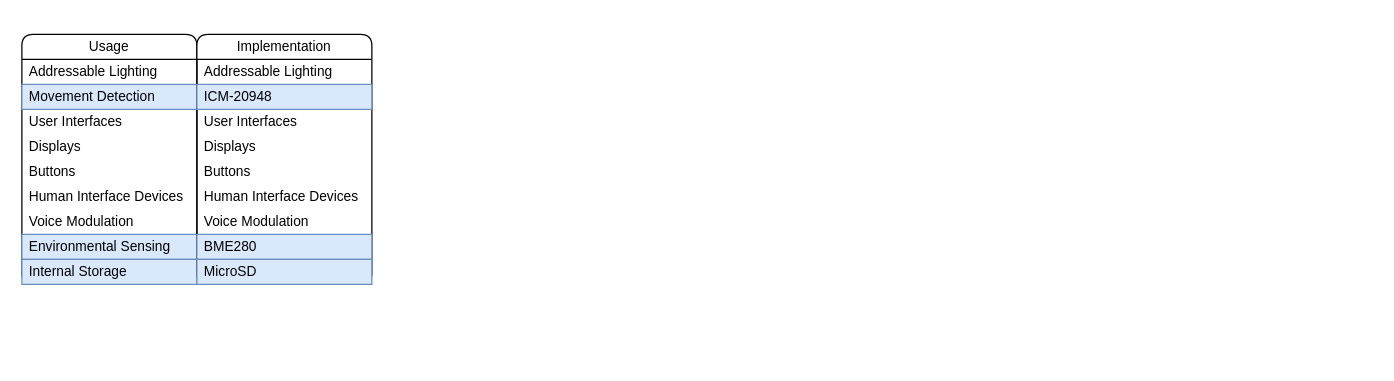
The draw.io diagram page "Brainstorm" (2 of 6) of Documents/Diagram.drawio in Cyberspecies/Multi-Cosplay_Board, before the edit. Source tidied: cells renumbered, new cells numbered last; positions are measured from the earlier drawing's top-left corner, leaving out a move shared by most shapes. Both pictures are drawn from the tidied source at 125%, with x=0, y=0 at pixel (21, 34).
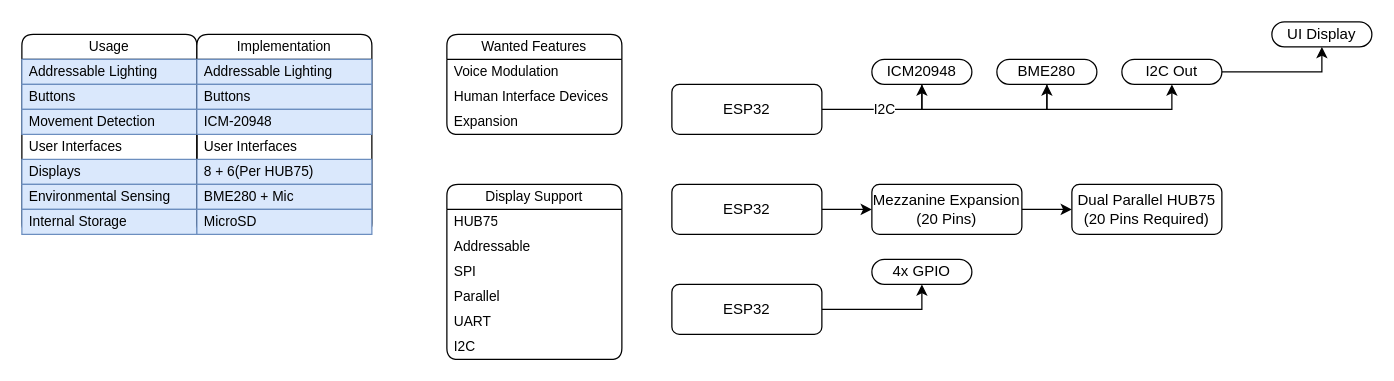
The same page after the edit.

Change to the diagram source:
```diff
@@
     <mxCell id="2" value="Usage" style="swimlane;fontStyle=0;horizontal=1;startSize=20;whiteSpace=wrap;html=1;fontFamily=Helvetica;fontSize=11;fontColor=default;labelBackgroundColor=default;rounded=1;" parent="1" vertex="1">
-      <mxGeometry width="140" height="200" as="geometry" />
+      <mxGeometry width="140" height="160" as="geometry" />
     </mxCell>
-    <mxCell id="3" value="Addressable Lighting" style="text;strokeColor=none;fillColor=none;align=left;verticalAlign=middle;spacingLeft=4;spacingRight=4;overflow=hidden;whiteSpace=wrap;html=1;fontFamily=Helvetica;fontSize=11;fontColor=default;labelBackgroundColor=none;" parent="2" vertex="1">
+    <mxCell id="3" value="Addressable Lighting" style="text;strokeColor=#6c8ebf;fillColor=#dae8fc;align=left;verticalAlign=middle;spacingLeft=4;spacingRight=4;overflow=hidden;whiteSpace=wrap;html=1;fontFamily=Helvetica;fontSize=11;labelBackgroundColor=none;" parent="2" vertex="1">
       <mxGeometry y="20" width="140" height="20" as="geometry" />
     </mxCell>
+    <mxCell id="7" value="Buttons" style="text;strokeColor=#6c8ebf;fillColor=#dae8fc;align=left;verticalAlign=middle;spacingLeft=4;spacingRight=4;overflow=hidden;whiteSpace=wrap;html=1;fontFamily=Helvetica;fontSize=11;labelBackgroundColor=none;" parent="2" vertex="1">
+      <mxGeometry y="40" width="140" height="20" as="geometry" />
+    </mxCell>
     <mxCell id="4" value="Movement Detection" style="text;strokeColor=#6c8ebf;fillColor=#dae8fc;align=left;verticalAlign=middle;spacingLeft=4;spacingRight=4;overflow=hidden;whiteSpace=wrap;html=1;fontFamily=Helvetica;fontSize=11;labelBackgroundColor=none;" parent="2" vertex="1">
-      <mxGeometry y="40" width="140" height="20" as="geometry" />
+      <mxGeometry y="60" width="140" height="20" as="geometry" />
     </mxCell>
     <mxCell id="5" value="User Interfaces" style="text;strokeColor=none;fillColor=none;align=left;verticalAlign=middle;spacingLeft=4;spacingRight=4;overflow=hidden;whiteSpace=wrap;html=1;fontFamily=Helvetica;fontSize=11;fontColor=default;labelBackgroundColor=none;" parent="2" vertex="1">
-      <mxGeometry y="60" width="140" height="20" as="geometry" />
+      <mxGeometry y="80" width="140" height="20" as="geometry" />
     </mxCell>
-    <mxCell id="6" value="Displays" style="text;strokeColor=none;fillColor=none;align=left;verticalAlign=middle;spacingLeft=4;spacingRight=4;overflow=hidden;whiteSpace=wrap;html=1;fontFamily=Helvetica;fontSize=11;fontColor=default;labelBackgroundColor=none;" parent="2" vertex="1">
-      <mxGeometry y="80" width="140" height="20" as="geometry" />
+    <mxCell id="6" value="Displays" style="text;strokeColor=#6c8ebf;fillColor=#dae8fc;align=left;verticalAlign=middle;spacingLeft=4;spacingRight=4;overflow=hidden;whiteSpace=wrap;html=1;fontFamily=Helvetica;fontSize=11;labelBackgroundColor=none;" parent="2" vertex="1">
+      <mxGeometry y="100" width="140" height="20" as="geometry" />
     </mxCell>
-    <mxCell id="7" value="Buttons" style="text;strokeColor=none;fillColor=none;align=left;verticalAlign=middle;spacingLeft=4;spacingRight=4;overflow=hidden;whiteSpace=wrap;html=1;fontFamily=Helvetica;fontSize=11;fontColor=default;labelBackgroundColor=none;" parent="2" vertex="1">
-      <mxGeometry y="100" width="140" height="20" as="geometry" />
-    </mxCell>
-    <mxCell id="8" value="Human Interface Devices" style="text;strokeColor=none;fillColor=none;align=left;verticalAlign=middle;spacingLeft=4;spacingRight=4;overflow=hidden;whiteSpace=wrap;html=1;fontFamily=Helvetica;fontSize=11;fontColor=default;labelBackgroundColor=none;" parent="2" vertex="1">
-      <mxGeometry y="120" width="140" height="20" as="geometry" />
-    </mxCell>
-    <mxCell id="9" value="Voice Modulation" style="text;strokeColor=none;fillColor=none;align=left;verticalAlign=middle;spacingLeft=4;spacingRight=4;overflow=hidden;whiteSpace=wrap;html=1;fontFamily=Helvetica;fontSize=11;fontColor=default;labelBackgroundColor=none;" parent="2" vertex="1">
-      <mxGeometry y="140" width="140" height="20" as="geometry" />
-    </mxCell>
     <mxCell id="10" value="Environmental Sensing" style="text;strokeColor=#6c8ebf;fillColor=#dae8fc;align=left;verticalAlign=middle;spacingLeft=4;spacingRight=4;overflow=hidden;whiteSpace=wrap;html=1;fontFamily=Helvetica;fontSize=11;labelBackgroundColor=none;" parent="2" vertex="1">
-      <mxGeometry y="160" width="140" height="20" as="geometry" />
+      <mxGeometry y="120" width="140" height="20" as="geometry" />
     </mxCell>
     <mxCell id="11" value="Internal Storage" style="text;align=left;verticalAlign=middle;spacingLeft=4;spacingRight=4;overflow=hidden;whiteSpace=wrap;html=1;fontFamily=Helvetica;fontSize=11;labelBackgroundColor=none;rounded=0;fillColor=#dae8fc;strokeColor=#6c8ebf;" parent="2" vertex="1">
-      <mxGeometry y="180" width="140" height="20" as="geometry" />
+      <mxGeometry y="140" width="140" height="20" as="geometry" />
     </mxCell>
     <mxCell id="12" value="Implementation" style="swimlane;fontStyle=0;horizontal=1;startSize=20;whiteSpace=wrap;html=1;fontFamily=Helvetica;fontSize=11;fontColor=default;labelBackgroundColor=default;rounded=1;" parent="1" vertex="1">
-      <mxGeometry x="140" width="140" height="200" as="geometry" />
+      <mxGeometry x="140" width="140" height="160" as="geometry" />
     </mxCell>
-    <mxCell id="13" value="Addressable Lighting" style="text;strokeColor=none;fillColor=none;align=left;verticalAlign=middle;spacingLeft=4;spacingRight=4;overflow=hidden;whiteSpace=wrap;html=1;fontFamily=Helvetica;fontSize=11;fontColor=default;labelBackgroundColor=none;" parent="12" vertex="1">
+    <mxCell id="13" value="Addressable Lighting" style="text;strokeColor=#6c8ebf;fillColor=#dae8fc;align=left;verticalAlign=middle;spacingLeft=4;spacingRight=4;overflow=hidden;whiteSpace=wrap;html=1;fontFamily=Helvetica;fontSize=11;labelBackgroundColor=none;" parent="12" vertex="1">
       <mxGeometry y="20" width="140" height="20" as="geometry" />
     </mxCell>
+    <mxCell id="17" value="Buttons" style="text;strokeColor=#6c8ebf;fillColor=#dae8fc;align=left;verticalAlign=middle;spacingLeft=4;spacingRight=4;overflow=hidden;whiteSpace=wrap;html=1;fontFamily=Helvetica;fontSize=11;labelBackgroundColor=none;" parent="12" vertex="1">
+      <mxGeometry y="40" width="140" height="20" as="geometry" />
+    </mxCell>
     <mxCell id="14" value="ICM-20948" style="text;strokeColor=#6c8ebf;fillColor=#dae8fc;align=left;verticalAlign=middle;spacingLeft=4;spacingRight=4;overflow=hidden;whiteSpace=wrap;html=1;fontFamily=Helvetica;fontSize=11;labelBackgroundColor=none;" parent="12" vertex="1">
-      <mxGeometry y="40" width="140" height="20" as="geometry" />
+      <mxGeometry y="60" width="140" height="20" as="geometry" />
     </mxCell>
     <mxCell id="15" value="User Interfaces" style="text;strokeColor=none;fillColor=none;align=left;verticalAlign=middle;spacingLeft=4;spacingRight=4;overflow=hidden;whiteSpace=wrap;html=1;fontFamily=Helvetica;fontSize=11;fontColor=default;labelBackgroundColor=none;" parent="12" vertex="1">
-      <mxGeometry y="60" width="140" height="20" as="geometry" />
+      <mxGeometry y="80" width="140" height="20" as="geometry" />
     </mxCell>
-    <mxCell id="16" value="Displays" style="text;strokeColor=none;fillColor=none;align=left;verticalAlign=middle;spacingLeft=4;spacingRight=4;overflow=hidden;whiteSpace=wrap;html=1;fontFamily=Helvetica;fontSize=11;fontColor=default;labelBackgroundColor=none;" parent="12" vertex="1">
-      <mxGeometry y="80" width="140" height="20" as="geometry" />
+    <mxCell id="16" value="8 + 6(Per HUB75)" style="text;strokeColor=#6c8ebf;fillColor=#dae8fc;align=left;verticalAlign=middle;spacingLeft=4;spacingRight=4;overflow=hidden;whiteSpace=wrap;html=1;fontFamily=Helvetica;fontSize=11;labelBackgroundColor=none;" parent="12" vertex="1">
+      <mxGeometry y="100" width="140" height="20" as="geometry" />
     </mxCell>
-    <mxCell id="17" value="Buttons" style="text;strokeColor=none;fillColor=none;align=left;verticalAlign=middle;spacingLeft=4;spacingRight=4;overflow=hidden;whiteSpace=wrap;html=1;fontFamily=Helvetica;fontSize=11;fontColor=default;labelBackgroundColor=none;" parent="12" vertex="1">
-      <mxGeometry y="100" width="140" height="20" as="geometry" />
-    </mxCell>
-    <mxCell id="18" value="Human Interface Devices" style="text;strokeColor=none;fillColor=none;align=left;verticalAlign=middle;spacingLeft=4;spacingRight=4;overflow=hidden;whiteSpace=wrap;html=1;fontFamily=Helvetica;fontSize=11;fontColor=default;labelBackgroundColor=none;" parent="12" vertex="1">
-      <mxGeometry y="120" width="140" height="20" as="geometry" />
-    </mxCell>
-    <mxCell id="19" value="Voice Modulation" style="text;strokeColor=none;fillColor=none;align=left;verticalAlign=middle;spacingLeft=4;spacingRight=4;overflow=hidden;whiteSpace=wrap;html=1;fontFamily=Helvetica;fontSize=11;fontColor=default;labelBackgroundColor=none;" parent="12" vertex="1">
-      <mxGeometry y="140" width="140" height="20" as="geometry" />
-    </mxCell>
-    <mxCell id="20" value="BME280" style="text;strokeColor=#6c8ebf;fillColor=#dae8fc;align=left;verticalAlign=middle;spacingLeft=4;spacingRight=4;overflow=hidden;whiteSpace=wrap;html=1;fontFamily=Helvetica;fontSize=11;labelBackgroundColor=none;" parent="12" vertex="1">
-      <mxGeometry y="160" width="140" height="20" as="geometry" />
+    <mxCell id="20" value="BME280 + Mic" style="text;strokeColor=#6c8ebf;fillColor=#dae8fc;align=left;verticalAlign=middle;spacingLeft=4;spacingRight=4;overflow=hidden;whiteSpace=wrap;html=1;fontFamily=Helvetica;fontSize=11;labelBackgroundColor=none;" parent="12" vertex="1">
+      <mxGeometry y="120" width="140" height="20" as="geometry" />
     </mxCell>
     <mxCell id="21" value="MicroSD" style="text;strokeColor=#6c8ebf;fillColor=#dae8fc;align=left;verticalAlign=middle;spacingLeft=4;spacingRight=4;overflow=hidden;whiteSpace=wrap;html=1;fontFamily=Helvetica;fontSize=11;labelBackgroundColor=none;" parent="12" vertex="1">
-      <mxGeometry y="180" width="140" height="20" as="geometry" />
+      <mxGeometry y="140" width="140" height="20" as="geometry" />
     </mxCell>
+    <mxCell id="22" value="Wanted Features" style="swimlane;fontStyle=0;horizontal=1;startSize=20;whiteSpace=wrap;html=1;fontFamily=Helvetica;fontSize=11;fontColor=default;labelBackgroundColor=default;rounded=1;" parent="1" vertex="1">
+      <mxGeometry x="340" width="140" height="80" as="geometry" />
+    </mxCell>
+    <mxCell id="9" value="Voice Modulation" style="text;strokeColor=none;fillColor=none;align=left;verticalAlign=middle;spacingLeft=4;spacingRight=4;overflow=hidden;whiteSpace=wrap;html=1;fontFamily=Helvetica;fontSize=11;fontColor=default;labelBackgroundColor=none;" parent="22" vertex="1">
+      <mxGeometry y="20" width="140" height="20" as="geometry" />
+    </mxCell>
+    <mxCell id="8" value="Human Interface Devices" style="text;strokeColor=none;fillColor=none;align=left;verticalAlign=middle;spacingLeft=4;spacingRight=4;overflow=hidden;whiteSpace=wrap;html=1;fontFamily=Helvetica;fontSize=11;fontColor=default;labelBackgroundColor=none;" parent="22" vertex="1">
+      <mxGeometry y="40" width="140" height="20" as="geometry" />
+    </mxCell>
+    <mxCell id="23" value="Expansion" style="text;strokeColor=none;fillColor=none;align=left;verticalAlign=middle;spacingLeft=4;spacingRight=4;overflow=hidden;whiteSpace=wrap;html=1;fontFamily=Helvetica;fontSize=11;fontColor=default;labelBackgroundColor=default;" parent="22" vertex="1">
+      <mxGeometry y="60" width="140" height="20" as="geometry" />
+    </mxCell>
+    <mxCell id="24" value="Display Support" style="swimlane;fontStyle=0;horizontal=1;startSize=20;whiteSpace=wrap;html=1;fontFamily=Helvetica;fontSize=11;fontColor=default;labelBackgroundColor=default;rounded=1;" parent="1" vertex="1">
+      <mxGeometry x="340" y="120" width="140" height="140" as="geometry" />
+    </mxCell>
+    <mxCell id="25" value="HUB75" style="text;strokeColor=none;fillColor=none;align=left;verticalAlign=middle;spacingLeft=4;spacingRight=4;overflow=hidden;whiteSpace=wrap;html=1;fontFamily=Helvetica;fontSize=11;fontColor=default;labelBackgroundColor=default;" parent="24" vertex="1">
+      <mxGeometry y="20" width="140" height="20" as="geometry" />
+    </mxCell>
+    <mxCell id="26" value="Addressable" style="text;strokeColor=none;fillColor=none;align=left;verticalAlign=middle;spacingLeft=4;spacingRight=4;overflow=hidden;whiteSpace=wrap;html=1;fontFamily=Helvetica;fontSize=11;fontColor=default;labelBackgroundColor=default;" parent="24" vertex="1">
+      <mxGeometry y="40" width="140" height="20" as="geometry" />
+    </mxCell>
+    <mxCell id="27" value="SPI" style="text;strokeColor=none;fillColor=none;align=left;verticalAlign=middle;spacingLeft=4;spacingRight=4;overflow=hidden;whiteSpace=wrap;html=1;fontFamily=Helvetica;fontSize=11;fontColor=default;labelBackgroundColor=default;" parent="24" vertex="1">
+      <mxGeometry y="60" width="140" height="20" as="geometry" />
+    </mxCell>
+    <mxCell id="28" value="Parallel" style="text;strokeColor=none;fillColor=none;align=left;verticalAlign=middle;spacingLeft=4;spacingRight=4;overflow=hidden;whiteSpace=wrap;html=1;fontFamily=Helvetica;fontSize=11;fontColor=default;labelBackgroundColor=default;" parent="24" vertex="1">
+      <mxGeometry y="80" width="140" height="20" as="geometry" />
+    </mxCell>
+    <mxCell id="29" value="UART" style="text;strokeColor=none;fillColor=none;align=left;verticalAlign=middle;spacingLeft=4;spacingRight=4;overflow=hidden;whiteSpace=wrap;html=1;fontFamily=Helvetica;fontSize=11;fontColor=default;labelBackgroundColor=default;" parent="24" vertex="1">
+      <mxGeometry y="100" width="140" height="20" as="geometry" />
+    </mxCell>
+    <mxCell id="30" value="I2C" style="text;strokeColor=none;fillColor=none;align=left;verticalAlign=middle;spacingLeft=4;spacingRight=4;overflow=hidden;whiteSpace=wrap;html=1;fontFamily=Helvetica;fontSize=11;fontColor=default;labelBackgroundColor=default;" parent="24" vertex="1">
+      <mxGeometry y="120" width="140" height="20" as="geometry" />
+    </mxCell>
+    <mxCell id="31" value="I2C" style="edgeStyle=orthogonalEdgeStyle;rounded=0;jettySize=auto;html=1;exitX=1;exitY=0.5;exitDx=0;exitDy=0;entryX=0.5;entryY=1;entryDx=0;entryDy=0;" parent="1" edge="1" source="32" target="34">
+      <mxGeometry relative="1" as="geometry" />
+    </mxCell>
+    <mxCell id="32" value="ESP32" style="rounded=1;whiteSpace=wrap;html=1;" parent="1" vertex="1">
+      <mxGeometry x="520" y="40" width="120" height="40" as="geometry" />
+    </mxCell>
+    <mxCell id="33" style="edgeStyle=orthogonalEdgeStyle;rounded=0;jettySize=auto;html=1;exitX=0.5;exitY=1;exitDx=0;exitDy=0;entryX=0.5;entryY=1;entryDx=0;entryDy=0;" parent="1" edge="1" source="34" target="36">
+      <mxGeometry relative="1" as="geometry" />
+    </mxCell>
+    <mxCell id="34" value="ICM20948" style="rounded=1;whiteSpace=wrap;html=1;absoluteArcSize=1;" parent="1" vertex="1">
+      <mxGeometry x="680" y="20" width="80" height="20" as="geometry" />
+    </mxCell>
+    <mxCell id="35" style="edgeStyle=orthogonalEdgeStyle;rounded=0;jettySize=auto;html=1;exitX=0.5;exitY=1;exitDx=0;exitDy=0;entryX=0.5;entryY=1;entryDx=0;entryDy=0;" parent="1" edge="1" source="36" target="43">
+      <mxGeometry relative="1" as="geometry" />
+    </mxCell>
+    <mxCell id="36" value="BME280" style="rounded=1;whiteSpace=wrap;html=1;absoluteArcSize=1;" parent="1" vertex="1">
+      <mxGeometry x="780" y="20" width="80" height="20" as="geometry" />
+    </mxCell>
+    <mxCell id="37" style="edgeStyle=orthogonalEdgeStyle;rounded=0;jettySize=auto;html=1;exitX=1;exitY=0.5;exitDx=0;exitDy=0;entryX=0;entryY=0.5;entryDx=0;entryDy=0;" parent="1" edge="1" source="38" target="40">
+      <mxGeometry relative="1" as="geometry" />
+    </mxCell>
+    <mxCell id="38" value="ESP32" style="rounded=1;whiteSpace=wrap;html=1;" parent="1" vertex="1">
+      <mxGeometry x="520" y="120" width="120" height="40" as="geometry" />
+    </mxCell>
+    <mxCell id="39" style="edgeStyle=orthogonalEdgeStyle;rounded=0;jettySize=auto;html=1;exitX=1;exitY=0.5;exitDx=0;exitDy=0;entryX=0;entryY=0.5;entryDx=0;entryDy=0;" parent="1" edge="1" source="40" target="41">
+      <mxGeometry relative="1" as="geometry" />
+    </mxCell>
+    <mxCell id="40" value="&lt;div&gt;Mezzanine Expansion (&lt;span style=&quot;background-color: initial;&quot;&gt;20 Pins)&lt;/span&gt;&lt;/div&gt;" style="rounded=1;whiteSpace=wrap;html=1;" parent="1" vertex="1">
+      <mxGeometry x="680" y="120" width="120" height="40" as="geometry" />
+    </mxCell>
+    <mxCell id="41" value="Dual Parallel HUB75&lt;div&gt;(20 Pins Required)&lt;/div&gt;" style="rounded=1;whiteSpace=wrap;html=1;" parent="1" vertex="1">
+      <mxGeometry x="840" y="120" width="120" height="40" as="geometry" />
+    </mxCell>
+    <mxCell id="42" style="edgeStyle=orthogonalEdgeStyle;rounded=0;jettySize=auto;html=1;exitX=1;exitY=0.5;exitDx=0;exitDy=0;entryX=0.5;entryY=1;entryDx=0;entryDy=0;" parent="1" edge="1" source="43" target="47">
+      <mxGeometry relative="1" as="geometry" />
+    </mxCell>
+    <mxCell id="43" value="I2C Out" style="rounded=1;whiteSpace=wrap;html=1;absoluteArcSize=1;" parent="1" vertex="1">
+      <mxGeometry x="880" y="20" width="80" height="20" as="geometry" />
+    </mxCell>
+    <mxCell id="44" style="edgeStyle=orthogonalEdgeStyle;rounded=0;jettySize=auto;html=1;exitX=1;exitY=0.5;exitDx=0;exitDy=0;entryX=0.5;entryY=1;entryDx=0;entryDy=0;" parent="1" edge="1" source="45" target="46">
+      <mxGeometry relative="1" as="geometry" />
+    </mxCell>
+    <mxCell id="45" value="ESP32" style="rounded=1;whiteSpace=wrap;html=1;" parent="1" vertex="1">
+      <mxGeometry x="520" y="200" width="120" height="40" as="geometry" />
+    </mxCell>
+    <mxCell id="46" value="4x GPIO" style="rounded=1;whiteSpace=wrap;html=1;absoluteArcSize=1;" parent="1" vertex="1">
+      <mxGeometry x="680" y="180" width="80" height="20" as="geometry" />
+    </mxCell>
+    <mxCell id="47" value="UI Display" style="rounded=1;whiteSpace=wrap;html=1;absoluteArcSize=1;" parent="1" vertex="1">
+      <mxGeometry x="1000" y="-10" width="80" height="20" as="geometry" />
+    </mxCell>
```
